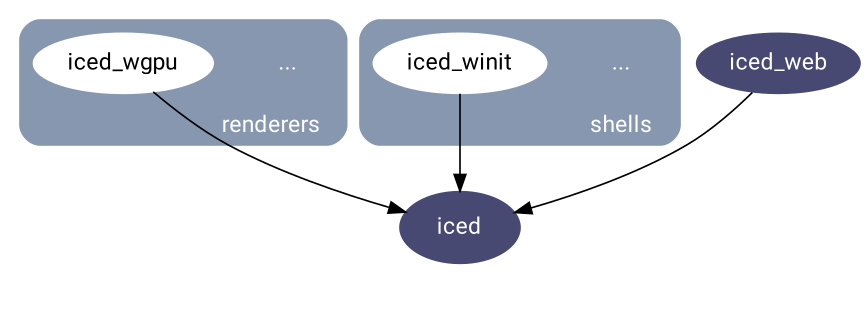
This is docs/graphs/iced.png from iced-rs/iced, a Graphviz export, as it was before one commit. Its source is kept beside it as docs/graphs/iced.dot. The source it was exported from:
```dot
digraph G {
  fontname = "Roboto";
  newrank=true;
  node[fontname = "Roboto", style=filled, fontcolor=white, color="#474973"];

  subgraph cluster_1 {
    label = "renderers  ";
    labelloc = "b";
    labeljust = "r";
    fontcolor = "#ffffff";
    color="#8797AF";
    bgcolor="#8797AF";
    style=rounded;
    node [fillcolor=white, color=white, fontcolor=black];

    etc_1 [label="...", style=empty, shape=none, fontcolor=white];
    iced_wgpu;
  }

  subgraph cluster_2 {
    label = "shells  ";
    labelloc = "b";
    labeljust = "r";
    fontcolor = "#ffffff";
    color="#8797AF";
    bgcolor="#8797AF";
    style=rounded;
    node [fillcolor=white, color=white, fontcolor=black];

    etc_2 [label="...", style=empty, shape=none, fontcolor=white];
    iced_winit;
  }

  subgraph cluster_3 {
    style=invis;
    margin=20;
    iced;
  }

  { rank = same; iced_wgpu iced_winit etc_1 etc_2 }

  iced_winit -> iced;
  iced_wgpu -> iced;
  iced_web -> iced;

  iced [width=1, height=0.6, style="filled", fontcolor=white, color="#474973"];
}
```
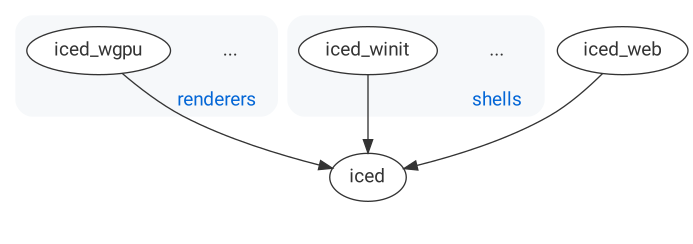
Above is the later version.

Change to the diagram source:
```diff
@@ -1,19 +1,19 @@
 digraph G {
   fontname = "Roboto";
   newrank=true;
-  node[fontname = "Roboto", style=filled, fontcolor=white, color="#474973"];
+  node[fontname = "Roboto", style="filled", fontcolor="#333333", fillcolor=white, color="#333333"];
+  edge[color="#333333"];
 
   subgraph cluster_1 {
     label = "renderers  ";
     labelloc = "b";
     labeljust = "r";
-    fontcolor = "#ffffff";
-    color="#8797AF";
-    bgcolor="#8797AF";
+    fontcolor = "#0366d6";
+    color="#f6f8fa";
+    bgcolor="#f6f8fa";
     style=rounded;
-    node [fillcolor=white, color=white, fontcolor=black];
 
-    etc_1 [label="...", style=empty, shape=none, fontcolor=white];
+    etc_1 [label="...", style=solid, shape=none];
     iced_wgpu;
   }
 
@@ -21,13 +21,12 @@
     label = "shells  ";
     labelloc = "b";
     labeljust = "r";
-    fontcolor = "#ffffff";
-    color="#8797AF";
-    bgcolor="#8797AF";
+    fontcolor = "#0366d6";
+    color="#f6f8fa";
+    bgcolor="#f6f8fa";
     style=rounded;
-    node [fillcolor=white, color=white, fontcolor=black];
 
-    etc_2 [label="...", style=empty, shape=none, fontcolor=white];
+    etc_2 [label="...", style=solid, shape=none];
     iced_winit;
   }
 
@@ -43,5 +42,5 @@
   iced_wgpu -> iced;
   iced_web -> iced;
 
-  iced [width=1, height=0.6, style="filled", fontcolor=white, color="#474973"];
+  iced;
 }
```
